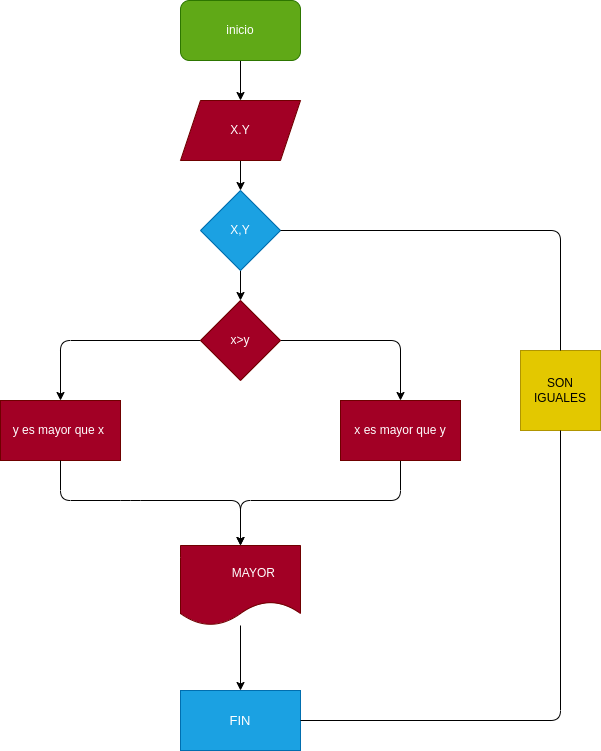
The draw.io diagram diagrama.png in Chalarcanicolas/mayor_2enteros, before a commit. Source tidied: cells renumbered, new cells last; positions are measured from the earlier drawing's top-left corner, leaving out a move shared by most shapes.
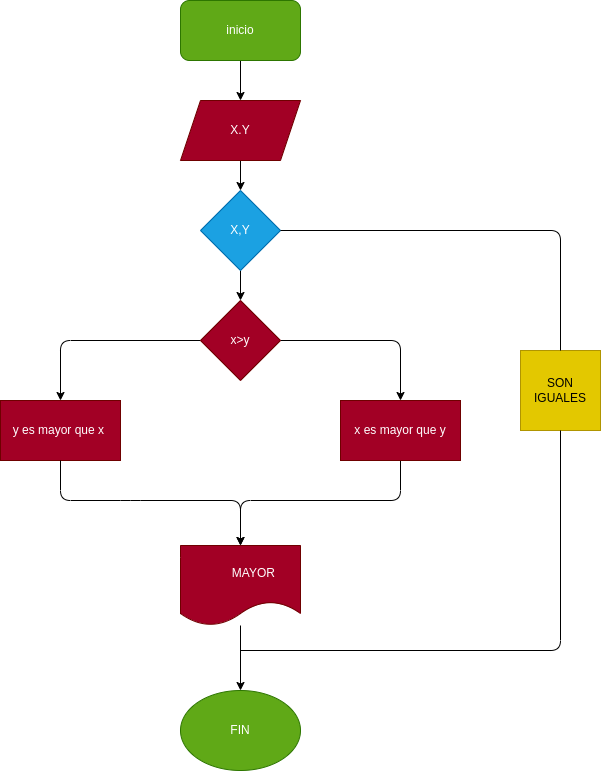
Later version of the same file.

Commit message:
Se modifica el diagrama

Change to the diagram source:
```diff
@@ -46,8 +46,10 @@
     <mxCell id="11" value="x es mayor que y" style="whiteSpace=wrap;html=1;fillColor=#a20025;strokeColor=#6F0000;fontColor=#ffffff;" parent="1" vertex="1">
       <mxGeometry x="340" y="400" width="120" height="60" as="geometry" />
     </mxCell>
-    <mxCell id="12" style="edgeStyle=none;html=1;fontSize=13;" parent="1" edge="1" source="13" target="18">
-      <mxGeometry relative="1" as="geometry" />
+    <mxCell id="12" style="edgeStyle=none;html=1;fontSize=13;" parent="1" edge="1" source="13">
+      <mxGeometry relative="1" as="geometry">
+        <mxPoint x="240" y="690" as="targetPoint" />
+      </mxGeometry>
     </mxCell>
     <mxCell id="13" value="&lt;span style=&quot;white-space: pre;&quot;&gt;&#9;&lt;/span&gt;MAYOR" style="shape=document;whiteSpace=wrap;html=1;boundedLbl=1;fillColor=#a20025;strokeColor=#6F0000;fontColor=#ffffff;" parent="1" vertex="1">
       <mxGeometry x="180" y="545" width="120" height="80" as="geometry" />
@@ -70,9 +72,6 @@
     <mxCell id="17" value="SON IGUALES" style="whiteSpace=wrap;html=1;fillColor=#e3c800;fontColor=#000000;strokeColor=#B09500;" parent="1" vertex="1">
       <mxGeometry x="520" y="350" width="80" height="80" as="geometry" />
     </mxCell>
-    <mxCell id="18" value="FIN" style="rounded=0;whiteSpace=wrap;html=1;fontSize=13;fillColor=#1ba1e2;strokeColor=#006EAF;fontColor=#ffffff;" parent="1" vertex="1">
-      <mxGeometry x="180" y="690" width="120" height="60" as="geometry" />
-    </mxCell>
     <mxCell id="19" style="endArrow=none;html=1;entryX=0.5;entryY=0;entryDx=0;entryDy=0;exitX=1;exitY=0.5;exitDx=0;exitDy=0;" parent="1" edge="1" source="16" target="17">
       <mxGeometry relative="1" as="geometry">
         <Array as="points">
@@ -80,12 +79,16 @@
         </Array>
       </mxGeometry>
     </mxCell>
-    <mxCell id="20" style="endArrow=none;html=1;entryX=0.5;entryY=1;entryDx=0;entryDy=0;exitX=1;exitY=0.5;exitDx=0;exitDy=0;" parent="1" edge="1" source="18" target="17">
+    <mxCell id="20" style="endArrow=none;html=1;entryX=0.5;entryY=1;entryDx=0;entryDy=0;" parent="1" edge="1" target="17">
       <mxGeometry relative="1" as="geometry">
+        <mxPoint x="240" y="650" as="sourcePoint" />
         <Array as="points">
-          <mxPoint x="560" y="720" />
+          <mxPoint x="560" y="650" />
         </Array>
       </mxGeometry>
     </mxCell>
+    <mxCell id="18" value="FIN" style="ellipse;whiteSpace=wrap;html=1;fillColor=#60a917;fontColor=#ffffff;strokeColor=#2D7600;" parent="1" vertex="1">
+      <mxGeometry x="180" y="690" width="120" height="80" as="geometry" />
+    </mxCell>
   </root>
 </mxGraphModel>
```
